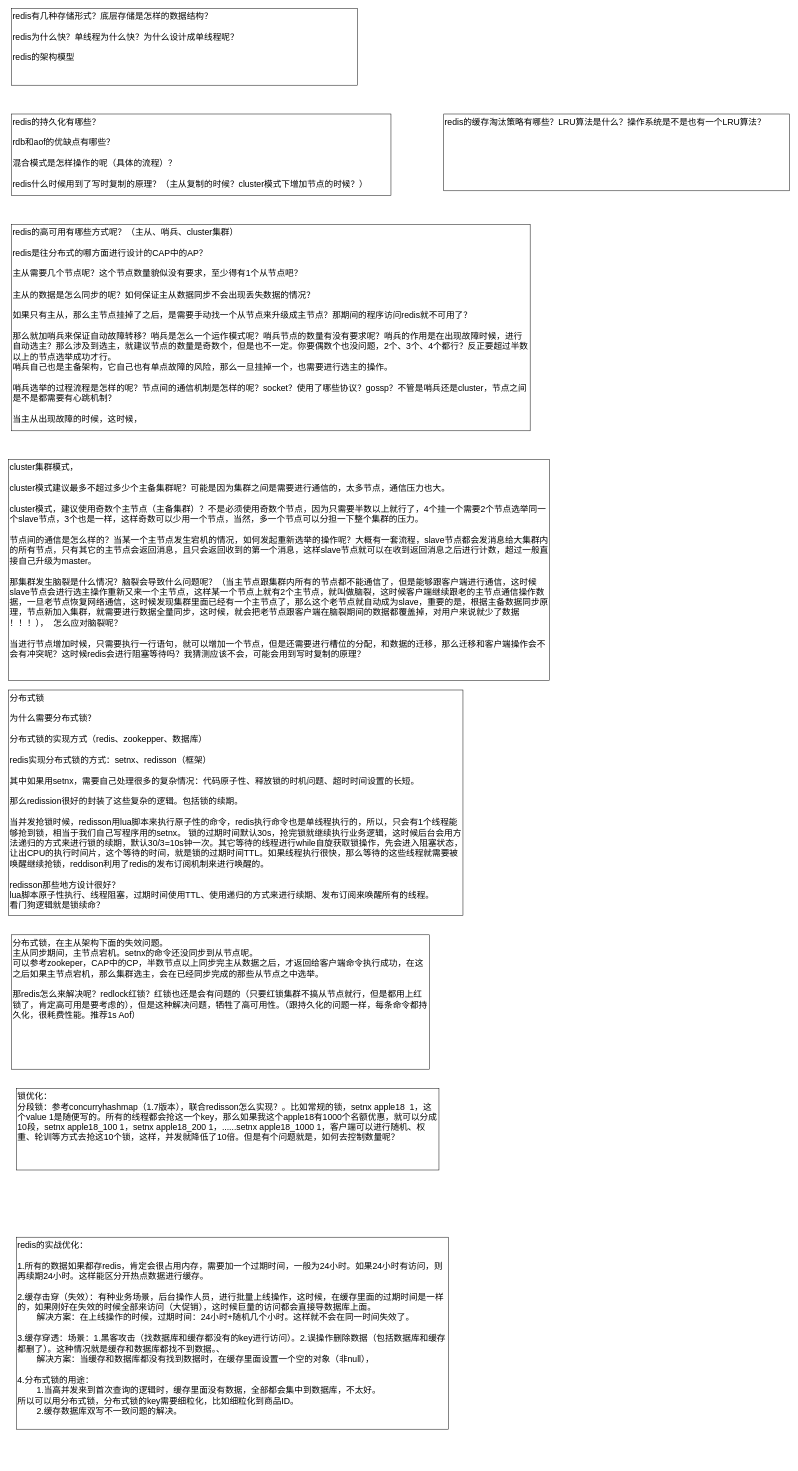
This is JAVA/Redis.drawio from KGwolf/MyDraw, a draw.io file, before an edit. Source tidied: cells renumbered, new cells numbered last; positions are measured from the earlier drawing's top-left corner, leaving out a move shared by most shapes. Both pictures are drawn from the tidied source at 48%, with x=0, y=0 at pixel (9, 8).
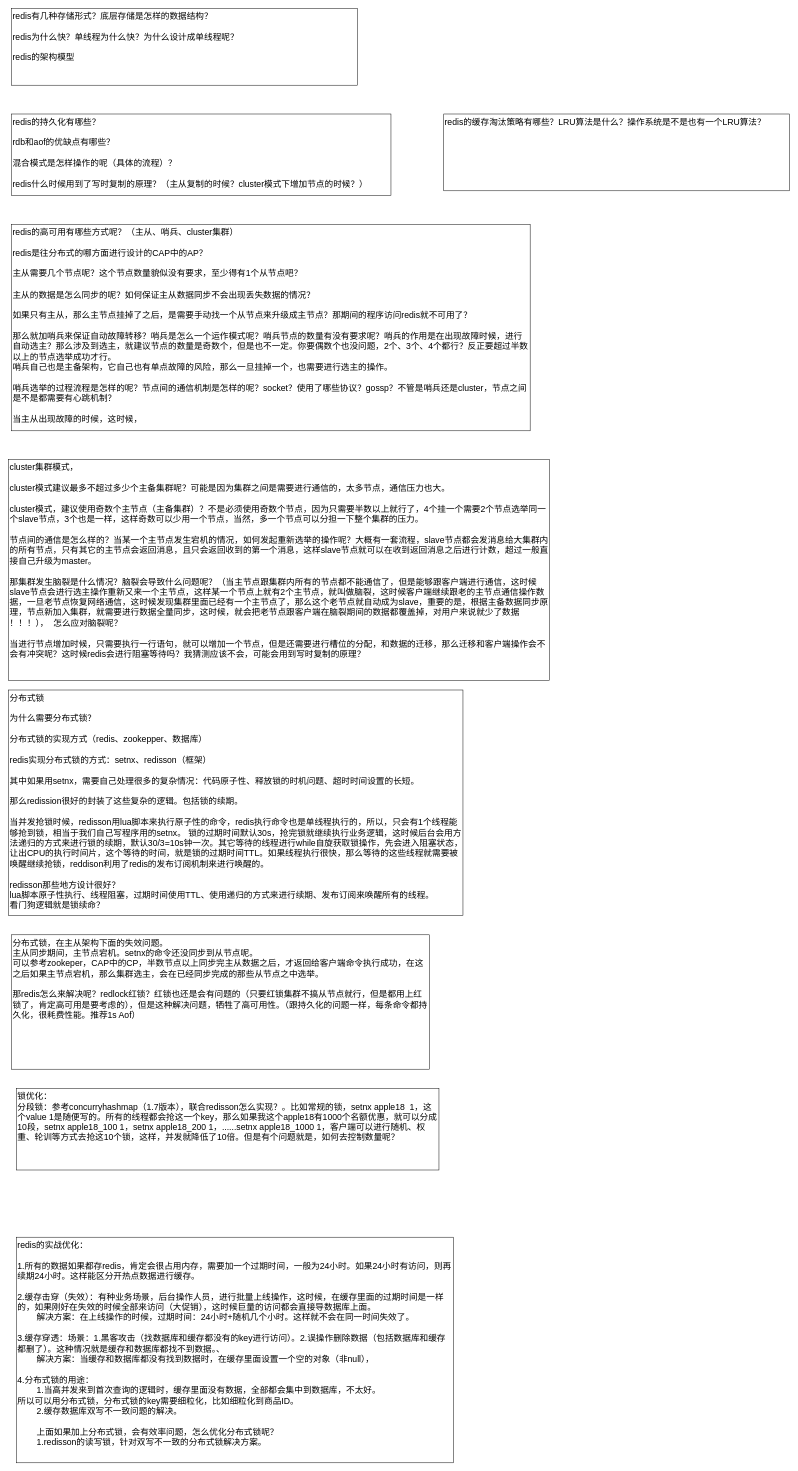
Above is the later version.

Change to the diagram source:
```diff
@@
 <mxGraphModel>
   <root>
     <mxCell id="0" />
     <mxCell id="1" parent="0" />
     <mxCell id="2" value="redis有几种存储形式？底层存储是怎样的数据结构？&lt;br&gt;&lt;br&gt;redis为什么快？单线程为什么快？为什么设计成单线程呢？&lt;br&gt;&lt;br&gt;redis的架构模型" style="rounded=0;whiteSpace=wrap;html=1;fontSize=18;align=left;verticalAlign=top;" parent="1" vertex="1">
       <mxGeometry x="6" width="720" height="160" as="geometry" />
     </mxCell>
     <mxCell id="3" value="redis的持久化有哪些？&lt;br&gt;&lt;br&gt;rdb和aof的优缺点有哪些？&lt;br&gt;&lt;br&gt;混合模式是怎样操作的呢（具体的流程）？&lt;br&gt;&lt;br&gt;redis什么时候用到了写时复制的原理？（主从复制的时候？cluster模式下增加节点的时候？）" style="rounded=0;whiteSpace=wrap;html=1;fontSize=18;align=left;verticalAlign=top;" parent="1" vertex="1">
       <mxGeometry x="6" y="220" width="790" height="170" as="geometry" />
     </mxCell>
     <mxCell id="4" value="redis的高可用有哪些方式呢？（主从、哨兵、cluster集群）&lt;br&gt;&lt;br&gt;redis是往分布式的哪方面进行设计的CAP中的AP？&lt;br&gt;&lt;br&gt;主从需要几个节点呢？这个节点数量貌似没有要求，至少得有1个从节点吧？&lt;br&gt;&lt;br&gt;主从的数据是怎么同步的呢？如何保证主从数据同步不会出现丢失数据的情况？&lt;br&gt;&lt;br&gt;如果只有主从，那么主节点挂掉了之后，是需要手动找一个从节点来升级成主节点？那期间的程序访问redis就不可用了？&lt;br&gt;&lt;br&gt;那么就加哨兵来保证自动故障转移？哨兵是怎么一个运作模式呢？哨兵节点的数量有没有要求呢？哨兵的作用是在出现故障时候，进行自动选主？那么涉及到选主，就建议节点的数量是奇数个，但是也不一定。你要偶数个也没问题，2个、3个、4个都行？反正要超过半数以上的节点选举成功才行。&lt;br&gt;哨兵自己也是主备架构，它自己也有单点故障的风险，那么一旦挂掉一个，也需要进行选主的操作。&lt;br&gt;&lt;br&gt;哨兵选举的过程流程是怎样的呢？节点间的通信机制是怎样的呢？socket？使用了哪些协议？gossp？不管是哨兵还是cluster，节点之间是不是都需要有心跳机制？&lt;br&gt;&lt;br&gt;当主从出现故障的时候，这时候，" style="rounded=0;whiteSpace=wrap;html=1;fontSize=18;align=left;verticalAlign=top;" parent="1" vertex="1">
       <mxGeometry x="6" y="450" width="1080" height="430" as="geometry" />
     </mxCell>
     <mxCell id="5" value="redis的缓存淘汰策略有哪些？LRU算法是什么？操作系统是不是也有一个LRU算法？" style="rounded=0;whiteSpace=wrap;html=1;fontSize=18;align=left;verticalAlign=top;" parent="1" vertex="1">
       <mxGeometry x="906" y="220" width="720" height="160" as="geometry" />
     </mxCell>
     <mxCell id="6" value="cluster集群模式，&lt;br&gt;&lt;br&gt;cluster模式建议最多不超过多少个主备集群呢？可能是因为集群之间是需要进行通信的，太多节点，通信压力也大。&lt;br&gt;&lt;br&gt;cluster模式，建议使用奇数个主节点（主备集群）？不是必须使用奇数个节点，因为只需要半数以上就行了，4个挂一个需要2个节点选举同一个slave节点，3个也是一样，这样奇数可以少用一个节点，当然，多一个节点可以分担一下整个集群的压力。&lt;br&gt;&lt;br&gt;节点间的通信是怎么样的？当某一个主节点发生宕机的情况，如何发起重新选举的操作呢？大概有一套流程，slave节点都会发消息给大集群内的所有节点，只有其它的主节点会返回消息，且只会返回收到的第一个消息，这样slave节点就可以在收到返回消息之后进行计数，超过一般直接自己升级为master。&lt;br&gt;&lt;br&gt;那集群发生脑裂是什么情况？脑裂会导致什么问题呢？（当主节点跟集群内所有的节点都不能通信了，但是能够跟客户端进行通信，这时候slave节点会进行选主操作重新又来一个主节点，这样某一个节点上就有2个主节点，就叫做脑裂，这时候客户端继续跟老的主节点通信操作数据，一旦老节点恢复网络通信，这时候发现集群里面已经有一个主节点了，那么这个老节点就自动成为slave，重要的是，根据主备数据同步原理，节点新加入集群，就需要进行数据全量同步，这时候，就会把老节点跟客户端在脑裂期间的数据都覆盖掉，对用户来说就少了数据&lt;br&gt;！！！），&amp;nbsp; 怎么应对脑裂呢？&lt;br&gt;&lt;br&gt;当进行节点增加时候，只需要执行一行语句，就可以增加一个节点，但是还需要进行槽位的分配，和数据的迁移，那么迁移和客户端操作会不会有冲突呢？这时候redis会进行阻塞等待吗？我猜测应该不会，可能会用到写时复制的原理？" style="rounded=0;whiteSpace=wrap;html=1;fontSize=18;align=left;verticalAlign=top;" parent="1" vertex="1">
       <mxGeometry x="-0.5" y="940" width="1126.5" height="460" as="geometry" />
     </mxCell>
     <mxCell id="7" value="分布式锁&lt;br&gt;&lt;br&gt;为什么需要分布式锁？&lt;br&gt;&lt;br&gt;分布式锁的实现方式（redis、zookepper、数据库）&lt;br&gt;&lt;br&gt;redis实现分布式锁的方式：setnx、redisson（框架）&lt;br&gt;&lt;br&gt;其中如果用setnx，需要自己处理很多的复杂情况：代码原子性、释放锁的时机问题、超时时间设置的长短。&lt;br&gt;&lt;br&gt;那么redission很好的封装了这些复杂的逻辑。包括锁的续期。&lt;br&gt;&lt;br&gt;当并发抢锁时候，redisson用lua脚本来执行原子性的命令，redis执行命令也是单线程执行的，所以，只会有1个线程能够抢到锁，相当于我们自己写程序用的setnx。 锁的过期时间默认30s，抢完锁就继续执行业务逻辑，这时候后台会用方法递归的方式来进行锁的续期，默认30/3=10s钟一次。其它等待的线程进行while自旋获取锁操作，先会进入阻塞状态，让出CPU的执行时间片，这个等待的时间，就是锁的过期时间TTL。如果线程执行很快，那么等待的这些线程就需要被唤醒继续抢锁，reddison利用了redis的发布订阅机制来进行唤醒的。&lt;br&gt;&lt;br&gt;redisson那些地方设计很好？&lt;br&gt;lua脚本原子性执行、线程阻塞，过期时间使用TTL、使用递归的方式来进行续期、发布订阅来唤醒所有的线程。&lt;br&gt;看门狗逻辑就是锁续命？" style="rounded=0;whiteSpace=wrap;html=1;fontSize=18;align=left;verticalAlign=top;" parent="1" vertex="1">
       <mxGeometry x="-0.5" y="1420" width="946.5" height="470" as="geometry" />
     </mxCell>
     <mxCell id="8" value="分布式锁，在主从架构下面的失效问题。&lt;br&gt;主从同步期间，主节点宕机。setnx的命令还没同步到从节点呢。&lt;br&gt;可以参考zookeper，CAP中的CP，半数节点以上同步完主从数据之后，才返回给客户端命令执行成功，在这之后如果主节点宕机，那么集群选主，会在已经同步完成的那些从节点之中选举。&lt;br&gt;&lt;br&gt;那redis怎么来解决呢？redlock红锁？红锁也还是会有问题的（只要红锁集群不搞从节点就行，但是都用上红锁了，肯定高可用是要考虑的），但是这种解决问题，牺牲了高可用性。（跟持久化的问题一样，每条命令都持久化，很耗费性能。推荐1s Aof）" style="rounded=0;whiteSpace=wrap;html=1;fontSize=18;align=left;verticalAlign=top;" parent="1" vertex="1">
       <mxGeometry x="6" y="1930" width="870" height="280" as="geometry" />
     </mxCell>
     <mxCell id="9" value="锁优化：&lt;br&gt;分段锁：参考concurryhashmap（1.7版本），联合redisson怎么实现？。比如常规的锁，setnx apple18&amp;nbsp; 1，这个value 1是随便写的。所有的线程都会抢这一个key，那么如果我这个apple18有1000个名额优惠，就可以分成10段，setnx apple18_100 1，setnx apple18_200 1，......setnx apple18_1000 1，客户端可以进行随机、权重、轮训等方式去抢这10个锁，这样，并发就降低了10倍。但是有个问题就是，如何去控制数量呢？" style="rounded=0;whiteSpace=wrap;html=1;fontSize=18;align=left;verticalAlign=top;" parent="1" vertex="1">
       <mxGeometry x="16" y="2250" width="880" height="170" as="geometry" />
     </mxCell>
-    <mxCell id="10" value="redis的实战优化：&lt;br&gt;&lt;br&gt;1.所有的数据如果都存redis，肯定会很占用内存，需要加一个过期时间，一般为24小时。如果24小时有访问，则再续期24小时。这样能区分开热点数据进行缓存。&lt;br&gt;&lt;br&gt;2.缓存击穿（失效）：有种业务场景，后台操作人员，进行批量上线操作，这时候，在缓存里面的过期时间是一样的，如果刚好在失效的时候全部来访问（大促销），这时候巨量的访问都会直接导数据库上面。&lt;br&gt;&lt;span style=&quot;white-space: pre;&quot;&gt;&#9;&lt;/span&gt;解决方案：在上线操作的时候，过期时间：24小时+随机几个小时。这样就不会在同一时间失效了。&lt;br&gt;&lt;br&gt;3.缓存穿透：场景：1.黑客攻击（找数据库和缓存都没有的key进行访问）。2.误操作删除数据（包括数据库和缓存都删了）。这种情况就是缓存和数据库都找不到数据。、&lt;br&gt;&lt;span style=&quot;white-space: pre;&quot;&gt;&#9;&lt;/span&gt;解决方案：当缓存和数据库都没有找到数据时，在缓存里面设置一个空的对象（非null），&lt;br&gt;&lt;br&gt;4.分布式锁的用途：&lt;br&gt;&lt;span style=&quot;white-space: pre;&quot;&gt;&#9;&lt;/span&gt;1.当高并发来到首次查询的逻辑时，缓存里面没有数据，全部都会集中到数据库，不太好。&lt;br&gt;所以可以用分布式锁，分布式锁的key需要细粒化，比如细粒化到商品ID。&lt;br&gt;&lt;span style=&quot;white-space: pre;&quot;&gt;&#9;&lt;/span&gt;2.缓存数据库双写不一致问题的解决。" style="rounded=0;whiteSpace=wrap;html=1;fontSize=18;align=left;verticalAlign=top;" parent="1" vertex="1">
-      <mxGeometry x="16" y="2560" width="900" height="400" as="geometry" />
+    <mxCell id="10" value="redis的实战优化：&lt;br&gt;&lt;br&gt;1.所有的数据如果都存redis，肯定会很占用内存，需要加一个过期时间，一般为24小时。如果24小时有访问，则再续期24小时。这样能区分开热点数据进行缓存。&lt;br&gt;&lt;br&gt;2.缓存击穿（失效）：有种业务场景，后台操作人员，进行批量上线操作，这时候，在缓存里面的过期时间是一样的，如果刚好在失效的时候全部来访问（大促销），这时候巨量的访问都会直接导数据库上面。&lt;br&gt;&lt;span style=&quot;white-space: pre;&quot;&gt;&#9;&lt;/span&gt;解决方案：在上线操作的时候，过期时间：24小时+随机几个小时。这样就不会在同一时间失效了。&lt;br&gt;&lt;br&gt;3.缓存穿透：场景：1.黑客攻击（找数据库和缓存都没有的key进行访问）。2.误操作删除数据（包括数据库和缓存都删了）。这种情况就是缓存和数据库都找不到数据。、&lt;br&gt;&lt;span style=&quot;white-space: pre;&quot;&gt;&#9;&lt;/span&gt;解决方案：当缓存和数据库都没有找到数据时，在缓存里面设置一个空的对象（非null），&lt;br&gt;&lt;br&gt;4.分布式锁的用途：&lt;br&gt;&lt;span style=&quot;white-space: pre;&quot;&gt;&#9;&lt;/span&gt;1.当高并发来到首次查询的逻辑时，缓存里面没有数据，全部都会集中到数据库，不太好。&lt;br&gt;所以可以用分布式锁，分布式锁的key需要细粒化，比如细粒化到商品ID。&lt;br&gt;&lt;span style=&quot;white-space: pre;&quot;&gt;&#9;&lt;/span&gt;2.缓存数据库双写不一致问题的解决。&lt;br&gt;&lt;br&gt;&lt;span style=&quot;white-space: pre;&quot;&gt;&#9;&lt;/span&gt;上面如果加上分布式锁，会有效率问题，怎么优化分布式锁呢？&lt;br&gt;&lt;span style=&quot;white-space: pre;&quot;&gt;&#9;&lt;/span&gt;1.redisson的读写锁，针对双写不一致的分布式锁解决方案。" style="rounded=0;whiteSpace=wrap;html=1;fontSize=18;align=left;verticalAlign=top;" parent="1" vertex="1">
+      <mxGeometry x="16" y="2560" width="910" height="470" as="geometry" />
     </mxCell>
   </root>
 </mxGraphModel>
```
